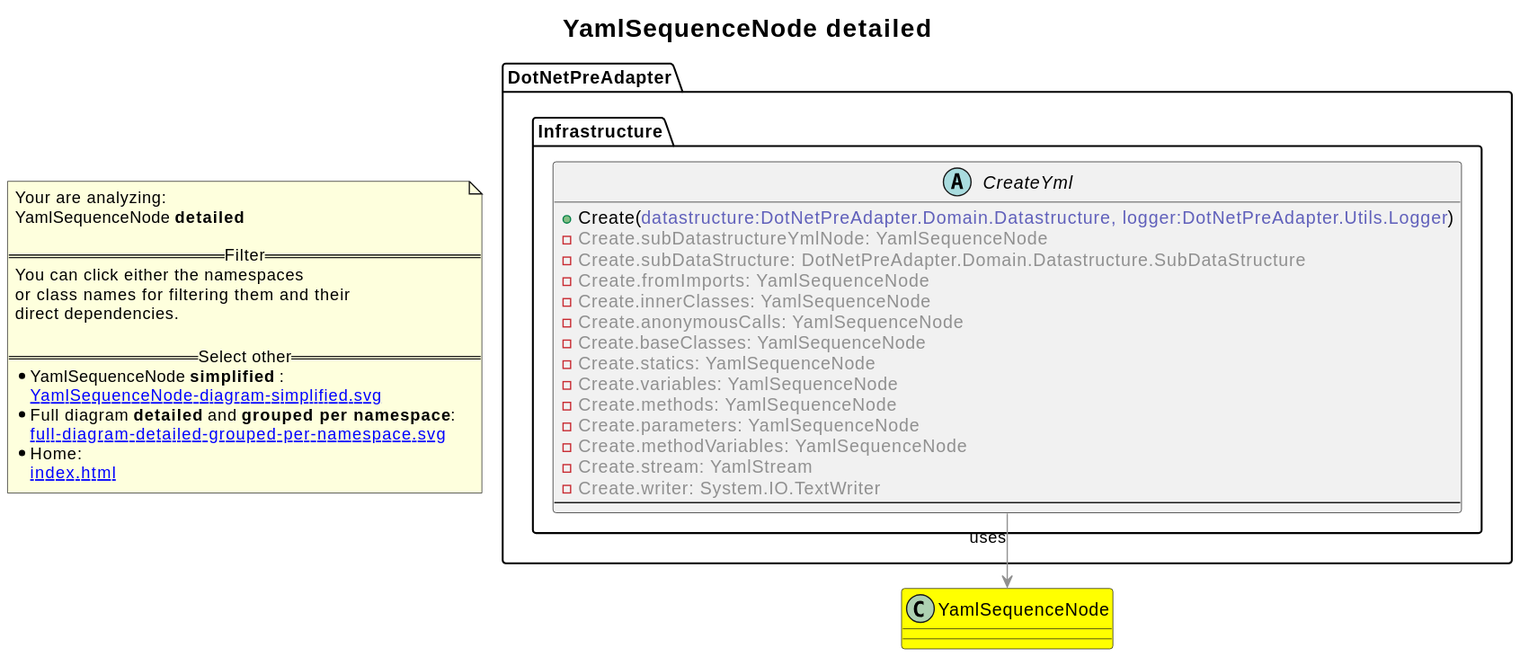
The PlantUML diagram revenger-csharp-adapter.out/YamlSequenceNode-diagram-detailed.svg in 2BlackCoffees/revenger, before a commit.
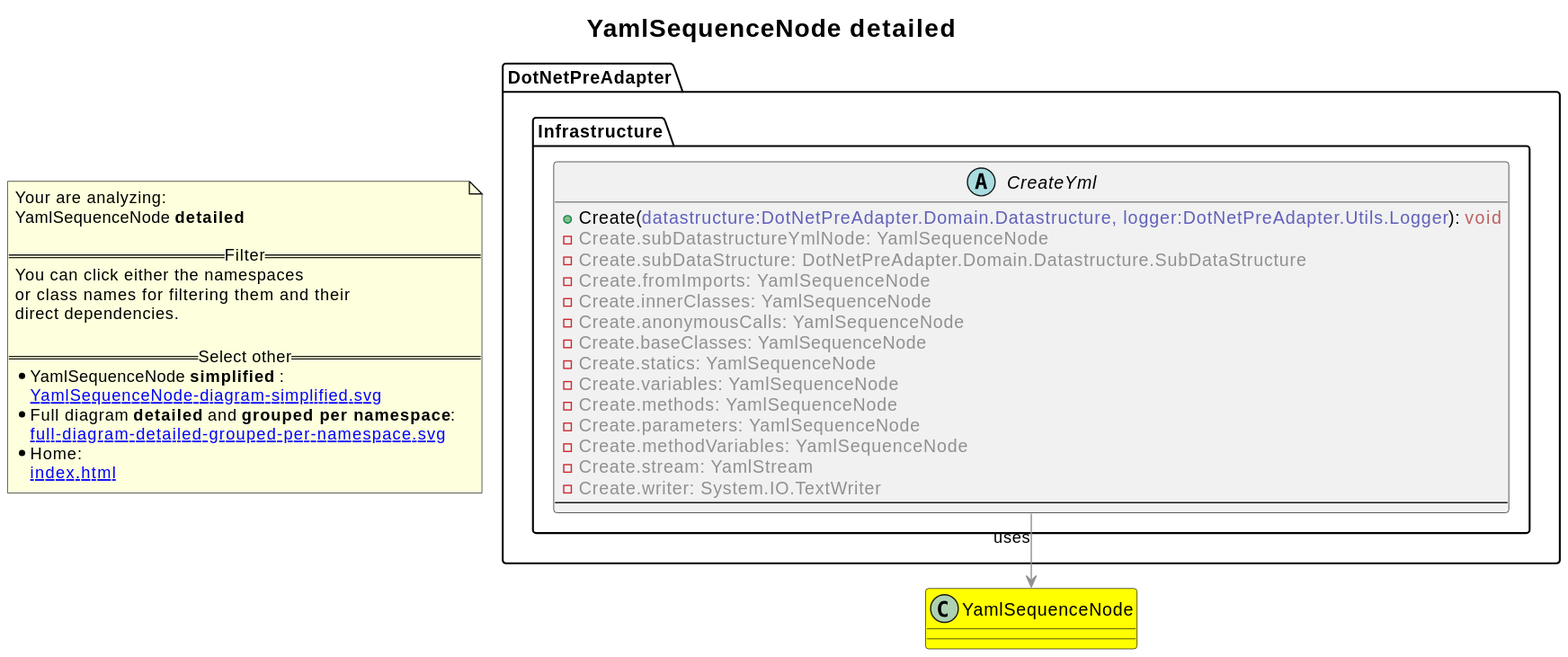
Later version of the same file.

Diff of the diagram source:
```diff
@@ -5,7 +5,7 @@
 class YamlSequenceNode [[YamlSequenceNode-diagram-detailed.svg]] #yellow {
 }
   abstract class DotNetPreAdapter.Infrastructure.CreateYml [[DotNetPreAdapter.Infrastructure.CreateYml-diagram-detailed.svg]]  {
-    + Create(<font color="6060BB">datastructure:DotNetPreAdapter.Domain.Datastructure, logger:DotNetPreAdapter.Utils.Logger</font>)
+    + Create(<font color="6060BB">datastructure:DotNetPreAdapter.Domain.Datastructure, logger:DotNetPreAdapter.Utils.Logger</font>): <font color="BB6060">void</font>
     - <font color="909090">Create.subDatastructureYmlNode: YamlSequenceNode</font>
     - <font color="909090">Create.subDataStructure: DotNetPreAdapter.Domain.Datastructure.SubDataStructure</font>
     - <font color="909090">Create.fromImports: YamlSequenceNode</font>
```
